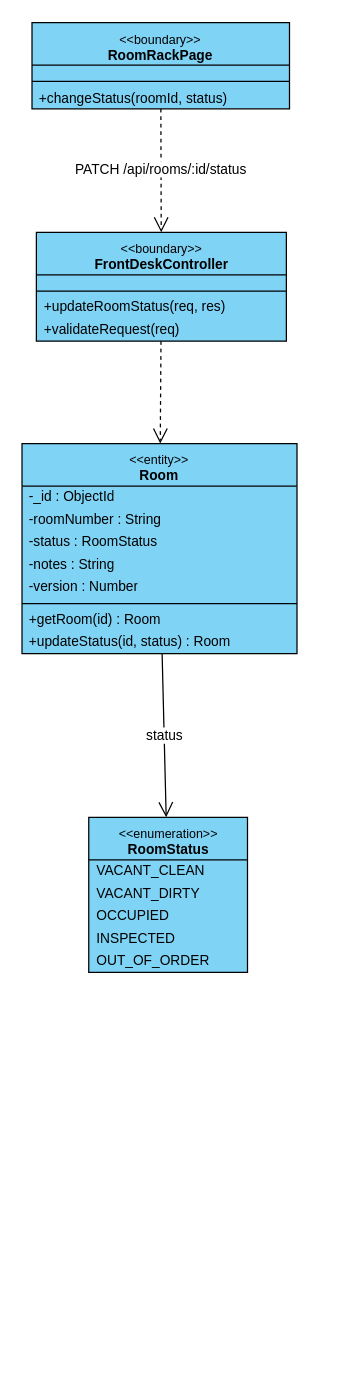
The draw.io diagram final/diagrams/M1_Inventory-And-Pricing_Diagrams/class_diagrams/CD-02_UC-R13_UpdateRoomStatus.drawio in toikobi401/SWD392, before the edit. Source tidied: cells renumbered, new cells numbered last; positions are measured from the earlier drawing's top-left corner, leaving out a move shared by most shapes. Both pictures are drawn from the tidied source at 125%, with x=0, y=0 at pixel (21, 21).
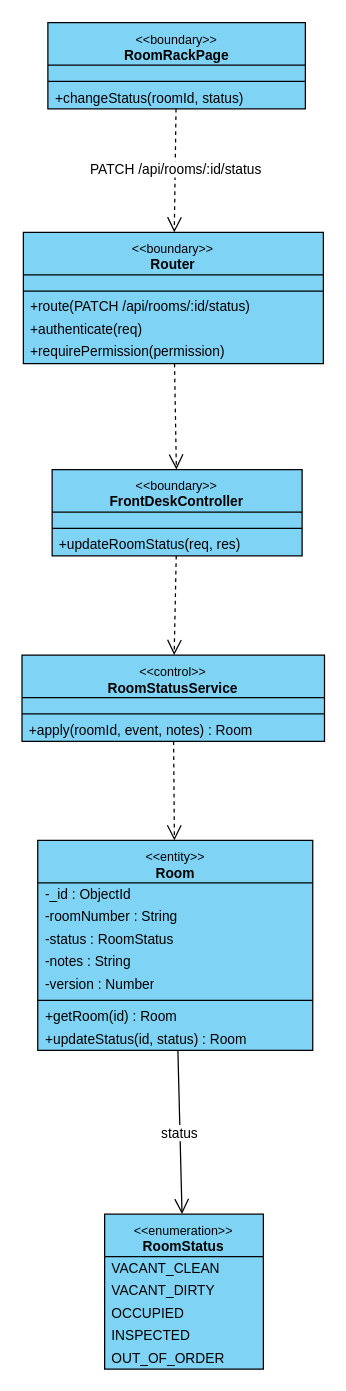
Above is the later version.

Diff of the diagram source:
```diff
@@
     <mxCell id="2" value="&lt;font style=&quot;font-size:10px&quot;&gt;&amp;lt;&amp;lt;boundary&amp;gt;&amp;gt;&lt;/font&gt;&lt;br&gt;&lt;b&gt;RoomRackPage&lt;/b&gt;" style="swimlane;fontStyle=0;align=center;verticalAlign=top;horizontal=1;startSize=34;html=1;whiteSpace=wrap;fontSize=11;fillColor=#7fd3f5;swimlaneFillColor=#7fd3f5;strokeColor=#000000;" parent="1" vertex="1">
-      <mxGeometry x="8.1" y="0.5" width="206" height="69" as="geometry" />
+      <mxGeometry x="20.8" y="0.5" width="206" height="69" as="geometry" />
     </mxCell>
@@
+    <mxCell id="29" value="&lt;font style=&quot;font-size:10px&quot;&gt;&amp;lt;&amp;lt;boundary&amp;gt;&amp;gt;&lt;/font&gt;&lt;br&gt;&lt;b&gt;Router&lt;/b&gt;" style="swimlane;fontStyle=0;align=center;verticalAlign=top;horizontal=1;startSize=34;html=1;whiteSpace=wrap;fontSize=11;fillColor=#7fd3f5;swimlaneFillColor=#7fd3f5;strokeColor=#000000;" parent="1" vertex="1">
+      <mxGeometry x="1.2" y="168.4" width="240" height="105" as="geometry" />
+    </mxCell>
+    <mxCell id="30" style="text;strokeColor=none;fillColor=none;html=1;" parent="29" vertex="1">
+      <mxGeometry y="34" width="240" height="9" as="geometry" />
+    </mxCell>
+    <mxCell id="31" style="line;strokeWidth=1;fillColor=none;align=left;verticalAlign=middle;spacingTop=-1;spacingLeft=3;spacingRight=3;labelPosition=right;strokeColor=#000000;" parent="29" vertex="1">
+      <mxGeometry y="43" width="240" height="8" as="geometry" />
+    </mxCell>
+    <mxCell id="32" value="+route(PATCH /api/rooms/:id/status)" style="text;strokeColor=none;fillColor=none;align=left;verticalAlign=middle;spacingLeft=4;spacingRight=4;overflow=hidden;whiteSpace=nowrap;html=1;fontSize=11;" parent="29" vertex="1">
+      <mxGeometry y="51" width="240" height="18" as="geometry" />
+    </mxCell>
+    <mxCell id="33" value="+authenticate(req)" style="text;strokeColor=none;fillColor=none;align=left;verticalAlign=middle;spacingLeft=4;spacingRight=4;overflow=hidden;whiteSpace=nowrap;html=1;fontSize=11;" parent="29" vertex="1">
+      <mxGeometry y="69" width="240" height="18" as="geometry" />
+    </mxCell>
+    <mxCell id="34" value="+requirePermission(permission)" style="text;strokeColor=none;fillColor=none;align=left;verticalAlign=middle;spacingLeft=4;spacingRight=4;overflow=hidden;whiteSpace=nowrap;html=1;fontSize=11;" parent="29" vertex="1">
+      <mxGeometry y="87" width="240" height="18" as="geometry" />
+    </mxCell>
     <mxCell id="6" value="&lt;font style=&quot;font-size:10px&quot;&gt;&amp;lt;&amp;lt;boundary&amp;gt;&amp;gt;&lt;/font&gt;&lt;br&gt;&lt;b&gt;FrontDeskController&lt;/b&gt;" style="swimlane;fontStyle=0;align=center;verticalAlign=top;horizontal=1;startSize=34;html=1;whiteSpace=wrap;fontSize=11;fillColor=#7fd3f5;swimlaneFillColor=#7fd3f5;strokeColor=#000000;" parent="1" vertex="1">
-      <mxGeometry x="11.6" y="168.4" width="200" height="87" as="geometry" />
+      <mxGeometry x="24.2" y="358.1" width="200" height="69" as="geometry" />
     </mxCell>
@@
-    <mxCell id="10" value="+validateRequest(req)" style="text;strokeColor=none;fillColor=none;align=left;verticalAlign=middle;spacingLeft=4;spacingRight=4;overflow=hidden;whiteSpace=nowrap;html=1;fontSize=11;" parent="6" vertex="1">
-      <mxGeometry y="69" width="200" height="18" as="geometry" />
-    </mxCell>
+    <mxCell id="35" value="&lt;font style=&quot;font-size:10px&quot;&gt;&amp;lt;&amp;lt;control&amp;gt;&amp;gt;&lt;/font&gt;&lt;br&gt;&lt;b&gt;RoomStatusService&lt;/b&gt;" style="swimlane;fontStyle=0;align=center;verticalAlign=top;horizontal=1;startSize=34;html=1;whiteSpace=wrap;fontSize=11;fillColor=#7fd3f5;swimlaneFillColor=#7fd3f5;strokeColor=#000000;" parent="1" vertex="1">
+      <mxGeometry x="0.1" y="506.5" width="242" height="69" as="geometry" />
+    </mxCell>
+    <mxCell id="36" style="text;strokeColor=none;fillColor=none;html=1;" parent="35" vertex="1">
+      <mxGeometry y="34" width="242" height="9" as="geometry" />
+    </mxCell>
+    <mxCell id="37" style="line;strokeWidth=1;fillColor=none;align=left;verticalAlign=middle;spacingTop=-1;spacingLeft=3;spacingRight=3;labelPosition=right;strokeColor=#000000;" parent="35" vertex="1">
+      <mxGeometry y="43" width="242" height="8" as="geometry" />
+    </mxCell>
+    <mxCell id="38" value="+apply(roomId, event, notes) : Room" style="text;strokeColor=none;fillColor=none;align=left;verticalAlign=middle;spacingLeft=4;spacingRight=4;overflow=hidden;whiteSpace=nowrap;html=1;fontSize=11;" parent="35" vertex="1">
+      <mxGeometry y="51" width="242" height="18" as="geometry" />
+    </mxCell>
     <mxCell id="11" value="&lt;font style=&quot;font-size:10px&quot;&gt;&amp;lt;&amp;lt;entity&amp;gt;&amp;gt;&lt;/font&gt;&lt;br&gt;&lt;b&gt;Room&lt;/b&gt;" style="swimlane;fontStyle=0;align=center;verticalAlign=top;horizontal=1;startSize=34;html=1;whiteSpace=wrap;fontSize=11;fillColor=#7fd3f5;swimlaneFillColor=#7fd3f5;strokeColor=#000000;" parent="1" vertex="1">
-      <mxGeometry x="0.1" y="337.4" width="220" height="168" as="geometry" />
+      <mxGeometry x="12.7" y="654.8" width="220" height="168" as="geometry" />
     </mxCell>
@@
     <mxCell id="20" value="&lt;font style=&quot;font-size:10px&quot;&gt;&amp;lt;&amp;lt;enumeration&amp;gt;&amp;gt;&lt;/font&gt;&lt;br&gt;&lt;b&gt;RoomStatus&lt;/b&gt;" style="swimlane;fontStyle=0;align=center;verticalAlign=top;horizontal=1;startSize=34;html=1;whiteSpace=wrap;fontSize=11;fillColor=#7fd3f5;swimlaneFillColor=#7fd3f5;strokeColor=#000000;" parent="1" vertex="1">
-      <mxGeometry x="53.5" y="636.4" width="127" height="124" as="geometry" />
+      <mxGeometry x="66.2" y="953.8" width="127" height="124" as="geometry" />
     </mxCell>
@@
-    <mxCell id="26" value="PATCH /api/rooms/:id/status" style="html=1;rounded=0;fontSize=11;labelBackgroundColor=#ffffff;dashed=1;endArrow=open;endSize=10;" parent="1" edge="1" source="2" target="6">
+    <mxCell id="26" value="PATCH /api/rooms/:id/status" style="html=1;rounded=0;fontSize=11;labelBackgroundColor=#ffffff;dashed=1;endArrow=open;endSize=10;" parent="1" edge="1" source="2" target="29">
       <mxGeometry relative="1" as="geometry" />
     </mxCell>
-    <mxCell id="27" style="html=1;rounded=0;fontSize=11;labelBackgroundColor=#ffffff;dashed=1;endArrow=open;endSize=10;" parent="1" edge="1" source="6" target="11">
+    <mxCell id="27" style="html=1;rounded=0;fontSize=11;labelBackgroundColor=#ffffff;dashed=1;endArrow=open;endSize=10;" parent="1" edge="1" source="29" target="6">
       <mxGeometry relative="1" as="geometry" />
     </mxCell>
-    <mxCell id="28" value="status" style="html=1;rounded=0;fontSize=11;labelBackgroundColor=#ffffff;endArrow=open;endSize=10;" parent="1" edge="1" source="11" target="20">
+    <mxCell id="28" style="html=1;rounded=0;fontSize=11;labelBackgroundColor=#ffffff;dashed=1;endArrow=open;endSize=10;" parent="1" edge="1" source="6" target="35">
       <mxGeometry relative="1" as="geometry" />
     </mxCell>
+    <mxCell id="39" style="html=1;rounded=0;fontSize=11;labelBackgroundColor=#ffffff;dashed=1;endArrow=open;endSize=10;" parent="1" edge="1" source="35" target="11">
+      <mxGeometry relative="1" as="geometry" />
+    </mxCell>
+    <mxCell id="40" value="status" style="html=1;rounded=0;fontSize=11;labelBackgroundColor=#ffffff;endArrow=open;endSize=10;" parent="1" edge="1" source="11" target="20">
+      <mxGeometry relative="1" as="geometry" />
+    </mxCell>
```
